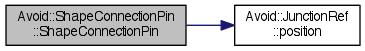
The Graphviz diagram documentation/classAvoid_1_1ShapeConnectionPin_afa2e31949ff244bf4cacd996097867dd_cgraph.png in mjwybrow/adaptagrams, before a commit. Its source is kept beside it as documentation/classAvoid_1_1ShapeConnectionPin_afa2e31949ff244bf4cacd996097867dd_cgraph.dot.
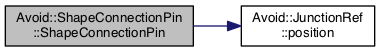
The same diagram one commit later.

What changed in the source:
```diff
@@ -3,7 +3,7 @@
   edge [fontname="Helvetica",fontsize="10",labelfontname="Helvetica",labelfontsize="10"];
   node [fontname="Helvetica",fontsize="10",shape=record];
   rankdir="LR";
-  Node1 [label="Avoid::ShapeConnectionPin\l::ShapeConnectionPin",height=0.2,width=0.4,color="black", fillcolor="grey75", style="filled" fontcolor="black"];
+  Node1 [label="Avoid::ShapeConnectionPin\l::ShapeConnectionPin",height=0.2,width=0.4,color="black", fillcolor="grey75", style="filled", fontcolor="black"];
   Node1 -> Node2 [color="midnightblue",fontsize="10",style="solid",fontname="Helvetica"];
-  Node2 [label="Avoid::JunctionRef\l::position",height=0.2,width=0.4,color="black", fillcolor="white", style="filled",URL="$classAvoid_1_1JunctionRef.html#afaceb9ae01d3283636b188160fb1409b",tooltip="Returns the position of this junction."];
+  Node2 [label="Avoid::JunctionRef\l::position",height=0.2,width=0.4,color="black", fillcolor="white", style="filled",URL="$classAvoid_1_1JunctionRef.html#afaceb9ae01d3283636b188160fb1409b",tooltip="Returns the position of this junction. "];
 }
```
